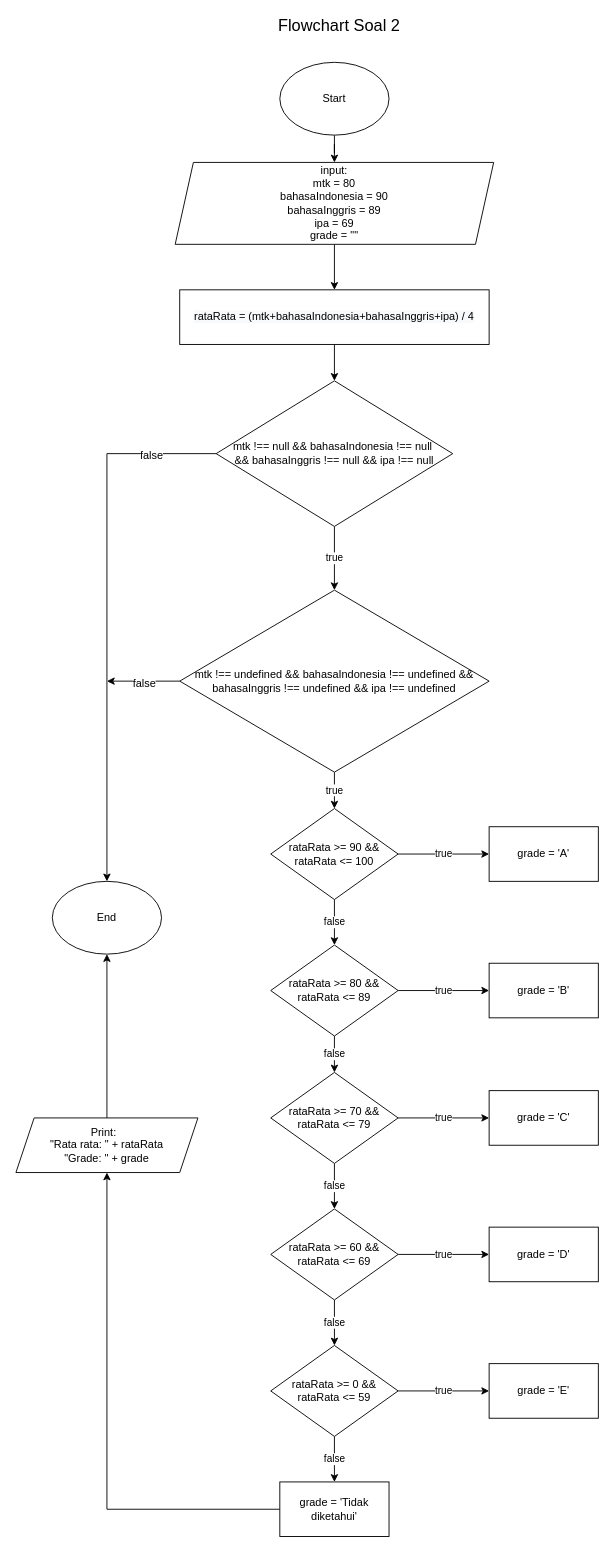
This is soal2Final.drawio from rintosaputro/fw5-additional-flowchart, a draw.io file, before an edit. Source tidied: cells renumbered, new cells numbered last; positions are measured from the earlier drawing's top-left corner, leaving out a move shared by most shapes. Both pictures are drawn from the tidied source at 91%, with x=0, y=0 at pixel (15, 16).
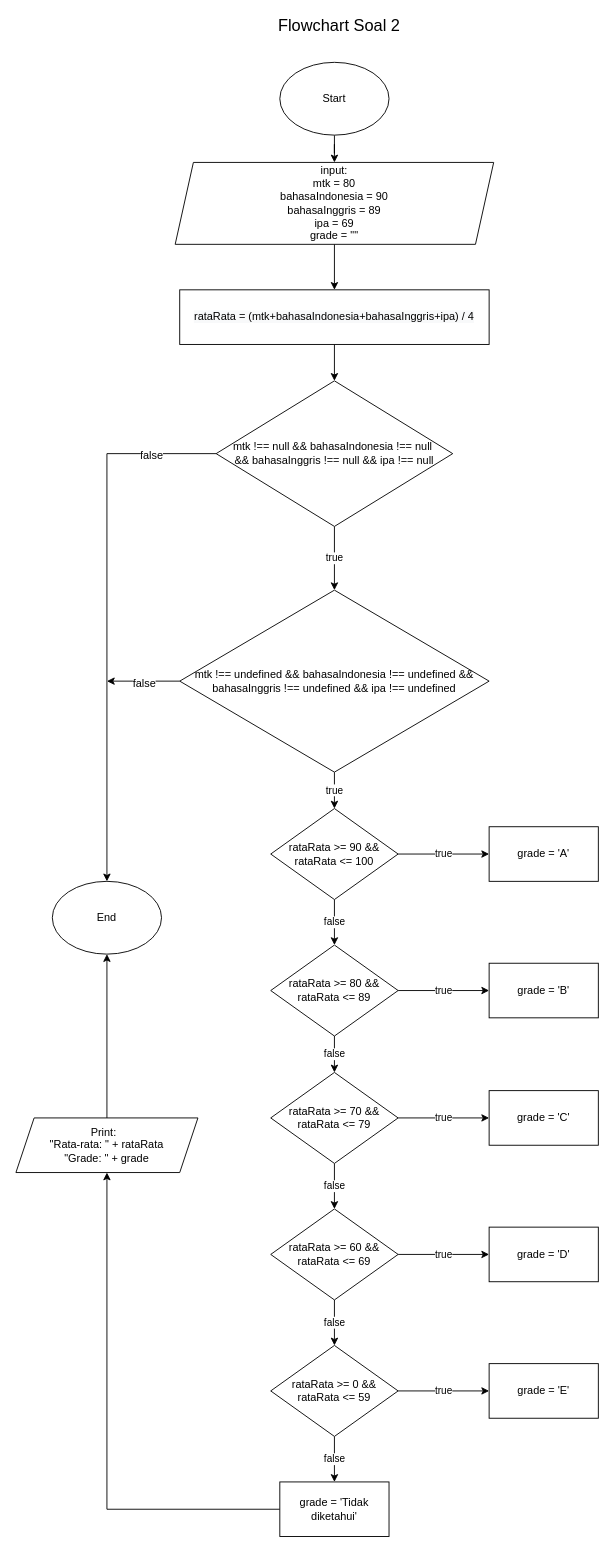
After the change.

Commit message (it also covers changes not shown here):
Perbaikan flowchart

Change to the diagram source:
```diff
@@
-    <mxCell id="38" value="Print:&amp;nbsp;&amp;nbsp;&lt;br&gt;&quot;Rata rata: &quot; + rataRata&lt;br&gt;&quot;Grade: &quot; + grade" style="shape=parallelogram;perimeter=parallelogramPerimeter;whiteSpace=wrap;html=1;fixedSize=1;" parent="1" vertex="1">
+    <mxCell id="38" value="Print:&amp;nbsp;&amp;nbsp;&lt;br&gt;&quot;Rata-rata: &quot; + rataRata&lt;br&gt;&quot;Grade: &quot; + grade" style="shape=parallelogram;perimeter=parallelogramPerimeter;whiteSpace=wrap;html=1;fixedSize=1;" parent="1" vertex="1">
       <mxGeometry y="1210" width="200" height="60" as="geometry" />
     </mxCell>
```
